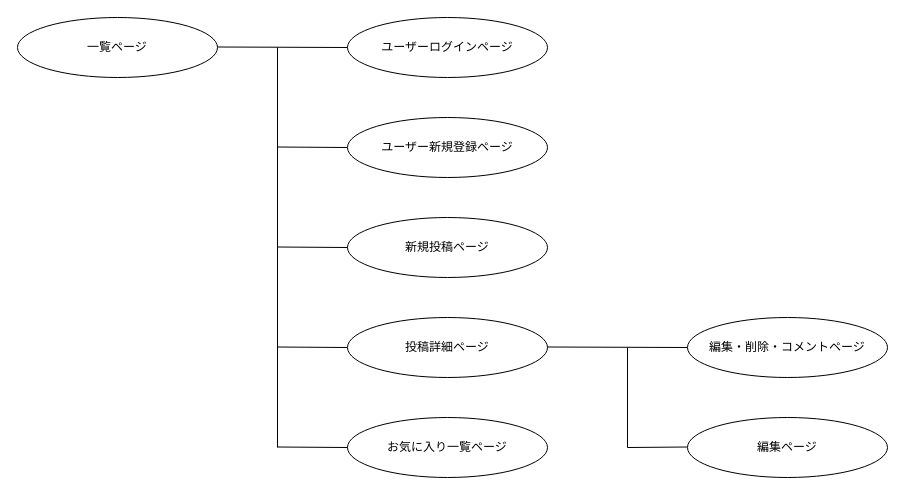
Above: 画面遷移図.dio in takunakashima/gofutbol (draw.io), before the change. Source tidied: cells renumbered, new cells numbered last; positions are measured from the earlier drawing's top-left corner, leaving out a move shared by most shapes. Both pictures are drawn from the tidied source at 100%, with x=0, y=0 at pixel (17, 17).
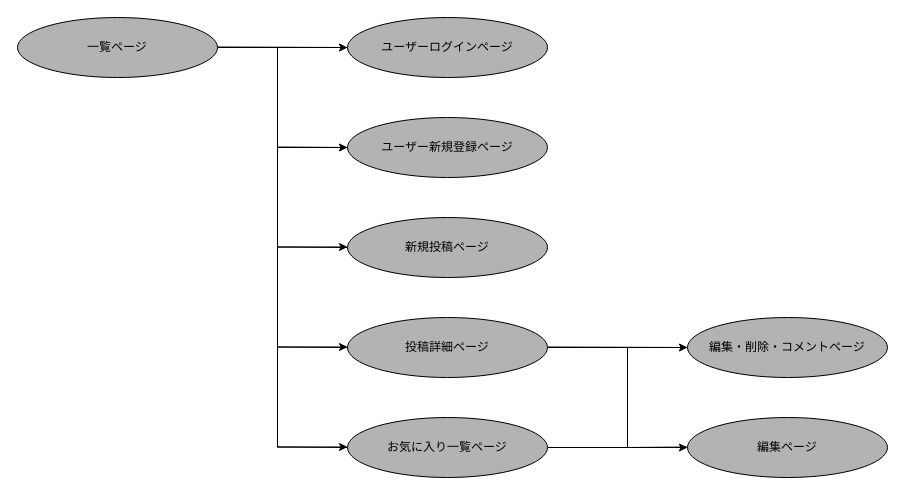
The same page after the edit.

The edit, as a diff of the source:
```diff
@@
+    <mxCell id="19" style="edgeStyle=none;html=1;" parent="1" edge="1" source="2">
+      <mxGeometry relative="1" as="geometry">
+        <mxPoint x="330" y="30" as="targetPoint" />
+      </mxGeometry>
+    </mxCell>
-    <mxCell id="2" value="一覧ページ" style="ellipse;whiteSpace=wrap;html=1;align=center;" parent="1" vertex="1">
+    <mxCell id="2" value="一覧ページ" style="ellipse;whiteSpace=wrap;html=1;align=center;fillColor=#B3B3B3;" parent="1" vertex="1">
       <mxGeometry width="200" height="60" as="geometry" />
     </mxCell>
-    <mxCell id="3" value="ユーザーログインページ" style="ellipse;whiteSpace=wrap;html=1;align=center;" parent="1" vertex="1">
+    <mxCell id="3" value="ユーザーログインページ" style="ellipse;whiteSpace=wrap;html=1;align=center;fillColor=#B3B3B3;" parent="1" vertex="1">
       <mxGeometry x="330" width="200" height="60" as="geometry" />
     </mxCell>
-    <mxCell id="4" value="ユーザー新規登録ページ" style="ellipse;whiteSpace=wrap;html=1;align=center;" parent="1" vertex="1">
+    <mxCell id="4" value="ユーザー新規登録ページ" style="ellipse;whiteSpace=wrap;html=1;align=center;fillColor=#B3B3B3;" parent="1" vertex="1">
       <mxGeometry x="330" y="100" width="200" height="60" as="geometry" />
     </mxCell>
-    <mxCell id="5" value="新規投稿ページ" style="ellipse;whiteSpace=wrap;html=1;align=center;" parent="1" vertex="1">
+    <mxCell id="5" value="新規投稿ページ" style="ellipse;whiteSpace=wrap;html=1;align=center;fillColor=#B3B3B3;" parent="1" vertex="1">
       <mxGeometry x="330" y="200" width="200" height="60" as="geometry" />
     </mxCell>
+    <mxCell id="20" style="edgeStyle=none;html=1;" parent="1" edge="1" source="6">
+      <mxGeometry relative="1" as="geometry">
+        <mxPoint x="670" y="430" as="targetPoint" />
+      </mxGeometry>
+    </mxCell>
-    <mxCell id="6" value="お気に入り一覧ページ" style="ellipse;whiteSpace=wrap;html=1;align=center;" parent="1" vertex="1">
+    <mxCell id="6" value="お気に入り一覧ページ" style="ellipse;whiteSpace=wrap;html=1;align=center;fillColor=#B3B3B3;" parent="1" vertex="1">
       <mxGeometry x="330" y="400" width="200" height="60" as="geometry" />
     </mxCell>
+    <mxCell id="21" style="edgeStyle=none;html=1;" parent="1" edge="1" source="7" target="8">
+      <mxGeometry relative="1" as="geometry" />
+    </mxCell>
-    <mxCell id="7" value="投稿詳細ページ" style="ellipse;whiteSpace=wrap;html=1;align=center;" parent="1" vertex="1">
+    <mxCell id="7" value="投稿詳細ページ" style="ellipse;whiteSpace=wrap;html=1;align=center;fillColor=#B3B3B3;" parent="1" vertex="1">
       <mxGeometry x="330" y="300" width="200" height="60" as="geometry" />
     </mxCell>
-    <mxCell id="8" value="編集・削除・コメントページ" style="ellipse;whiteSpace=wrap;html=1;align=center;" parent="1" vertex="1">
+    <mxCell id="8" value="編集・削除・コメントページ" style="ellipse;whiteSpace=wrap;html=1;align=center;fillColor=#B3B3B3;" parent="1" vertex="1">
       <mxGeometry x="670" y="300" width="200" height="60" as="geometry" />
     </mxCell>
-    <mxCell id="9" value="編集ページ" style="ellipse;whiteSpace=wrap;html=1;align=center;" parent="1" vertex="1">
+    <mxCell id="9" value="編集ページ" style="ellipse;whiteSpace=wrap;html=1;align=center;fillColor=#B3B3B3;" parent="1" vertex="1">
       <mxGeometry x="670" y="400" width="200" height="60" as="geometry" />
     </mxCell>
@@
+    <mxCell id="22" style="endArrow=classic;html=1;entryX=0;entryY=0.5;entryDx=0;entryDy=0;" parent="1" edge="1" target="4">
+      <mxGeometry relative="1" as="geometry">
+        <mxPoint x="260" y="130" as="sourcePoint" />
+      </mxGeometry>
+    </mxCell>
+    <mxCell id="23" style="endArrow=classic;html=1;entryX=0;entryY=0.5;entryDx=0;entryDy=0;" parent="1" edge="1">
+      <mxGeometry relative="1" as="geometry">
+        <mxPoint x="260" y="229.5" as="sourcePoint" />
+        <mxPoint x="330" y="229.5" as="targetPoint" />
+      </mxGeometry>
+    </mxCell>
+    <mxCell id="24" style="endArrow=classic;html=1;entryX=0;entryY=0.5;entryDx=0;entryDy=0;" parent="1" edge="1">
+      <mxGeometry relative="1" as="geometry">
+        <mxPoint x="260" y="329.5" as="sourcePoint" />
+        <mxPoint x="330" y="329.5" as="targetPoint" />
+      </mxGeometry>
+    </mxCell>
+    <mxCell id="25" style="endArrow=classic;html=1;entryX=0;entryY=0.5;entryDx=0;entryDy=0;" parent="1" edge="1">
+      <mxGeometry relative="1" as="geometry">
+        <mxPoint x="260" y="429.5" as="sourcePoint" />
+        <mxPoint x="330" y="429.5" as="targetPoint" />
+      </mxGeometry>
+    </mxCell>
```
